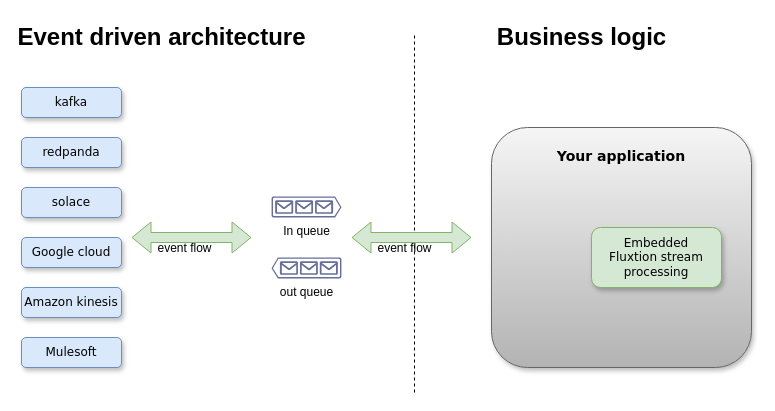
Before: page "embedding-fluxtion" (5 of 5) of docs/images/draw.io/integration_overview.drawio in v12technology/fluxtion, a draw.io diagram. Source tidied: cells renumbered, new cells numbered last; positions are measured from the earlier drawing's top-left corner, leaving out a move shared by most shapes. Both pictures are drawn from the tidied source at 100%, with x=0, y=0 at pixel (21, 17).
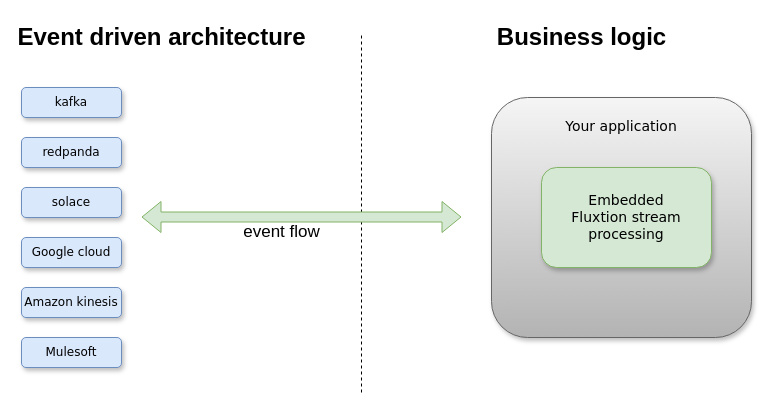
The same diagram, later.

Change to the diagram source:
```diff
@@
     <mxCell id="8" style="endArrow=none;dashed=1;html=1;rounded=0;" parent="1" edge="1">
       <mxGeometry relative="1" as="geometry">
-        <mxPoint x="393" y="375" as="sourcePoint" />
-        <mxPoint x="393" y="15" as="targetPoint" />
+        <mxPoint x="340" y="375" as="sourcePoint" />
+        <mxPoint x="340" y="15" as="targetPoint" />
       </mxGeometry>
     </mxCell>
@@
     <mxCell id="11" style="shape=flexArrow;endArrow=classic;startArrow=classic;html=1;rounded=0;fillColor=#d5e8d4;strokeColor=#82b366;" parent="1" edge="1">
       <mxGeometry relative="1" as="geometry">
-        <mxPoint x="110" y="220" as="sourcePoint" />
-        <mxPoint x="230" y="220" as="targetPoint" />
+        <mxPoint x="120" y="199.5" as="sourcePoint" />
+        <mxPoint x="440" y="199.5" as="targetPoint" />
       </mxGeometry>
     </mxCell>
-    <mxCell id="12" value="event flow" style="edgeLabel;html=1;align=center;verticalAlign=middle;fontSize=12;labelBackgroundColor=none;" parent="11" vertex="1">
+    <mxCell id="12" value="&lt;font style=&quot;font-size: 17px;&quot;&gt;event flow&lt;/font&gt;" style="edgeLabel;html=1;align=center;verticalAlign=middle;fontSize=17;labelBackgroundColor=none;fontStyle=0;" parent="11" vertex="1">
       <mxGeometry x="-0.13" y="4" relative="1" as="geometry">
-        <mxPoint y="14" as="offset" />
+        <mxPoint y="19" as="offset" />
       </mxGeometry>
     </mxCell>
-    <mxCell id="13" style="shape=flexArrow;endArrow=classic;startArrow=classic;html=1;rounded=0;fillColor=#d5e8d4;strokeColor=#82b366;" parent="1" edge="1">
-      <mxGeometry relative="1" as="geometry">
-        <mxPoint x="330" y="220" as="sourcePoint" />
-        <mxPoint x="450" y="220" as="targetPoint" />
-      </mxGeometry>
-    </mxCell>
-    <mxCell id="14" value="&lt;font style=&quot;font-size: 12px;&quot;&gt;event flow&lt;/font&gt;" style="edgeLabel;html=1;align=center;verticalAlign=middle;labelBackgroundColor=none;" parent="13" vertex="1">
-      <mxGeometry x="-0.13" y="4" relative="1" as="geometry">
-        <mxPoint y="14" as="offset" />
-      </mxGeometry>
-    </mxCell>
-    <mxCell id="15" value="In queue" style="sketch=0;shadow=0;dashed=0;html=1;strokeColor=none;labelPosition=center;verticalLabelPosition=bottom;verticalAlign=top;align=center;fillColor=#676F99;shape=mxgraph.azure.queue_generic;" parent="1" vertex="1">
-      <mxGeometry x="250" y="179" width="70" height="21" as="geometry" />
-    </mxCell>
-    <mxCell id="16" value="out queue" style="sketch=0;shadow=0;dashed=0;html=1;strokeColor=none;labelPosition=center;verticalLabelPosition=bottom;verticalAlign=top;align=center;fillColor=#676F99;shape=mxgraph.azure.queue_generic;flipH=1;" parent="1" vertex="1">
-      <mxGeometry x="250" y="240" width="70" height="21" as="geometry" />
-    </mxCell>
-    <mxCell id="17" value="&lt;h3 style=&quot;&quot;&gt;&lt;span style=&quot;background-color: initial;&quot;&gt;Your application&lt;/span&gt;&lt;/h3&gt;" style="rounded=1;whiteSpace=wrap;html=1;shadow=1;fontFamily=Verdana;fillColor=#f5f5f5;strokeColor=#666666;align=center;horizontal=1;verticalAlign=top;gradientColor=#b3b3b3;" parent="1" vertex="1">
-      <mxGeometry x="470" y="110" width="260" height="240" as="geometry" />
+    <mxCell id="17" value="&lt;h3 style=&quot;font-size: 14px;&quot;&gt;&lt;span style=&quot;background-color: initial; font-size: 14px; font-weight: normal;&quot;&gt;Your application&lt;/span&gt;&lt;/h3&gt;" style="rounded=1;whiteSpace=wrap;html=1;shadow=1;fontFamily=Verdana;fillColor=#f5f5f5;strokeColor=#666666;align=center;horizontal=1;verticalAlign=top;gradientColor=#b3b3b3;fontSize=14;fontStyle=0;" parent="1" vertex="1">
+      <mxGeometry x="470" y="80" width="260" height="240" as="geometry" />
     </mxCell>
-    <mxCell id="18" value="Embedded&lt;br&gt;Fluxtion stream processing" style="rounded=1;whiteSpace=wrap;html=1;fillColor=#d5e8d4;strokeColor=#82b366;shadow=1;fontFamily=Verdana;" parent="1" vertex="1">
-      <mxGeometry x="570" y="210" width="130" height="60" as="geometry" />
+    <mxCell id="18" value="&lt;font style=&quot;font-size: 14px;&quot;&gt;Embedded&lt;br style=&quot;font-size: 14px;&quot;&gt;Fluxtion stream processing&lt;/font&gt;" style="rounded=1;whiteSpace=wrap;html=1;fillColor=#d5e8d4;strokeColor=#82b366;shadow=1;fontFamily=Verdana;fontSize=14;" parent="1" vertex="1">
+      <mxGeometry x="520" y="150" width="170" height="100" as="geometry" />
     </mxCell>
```
